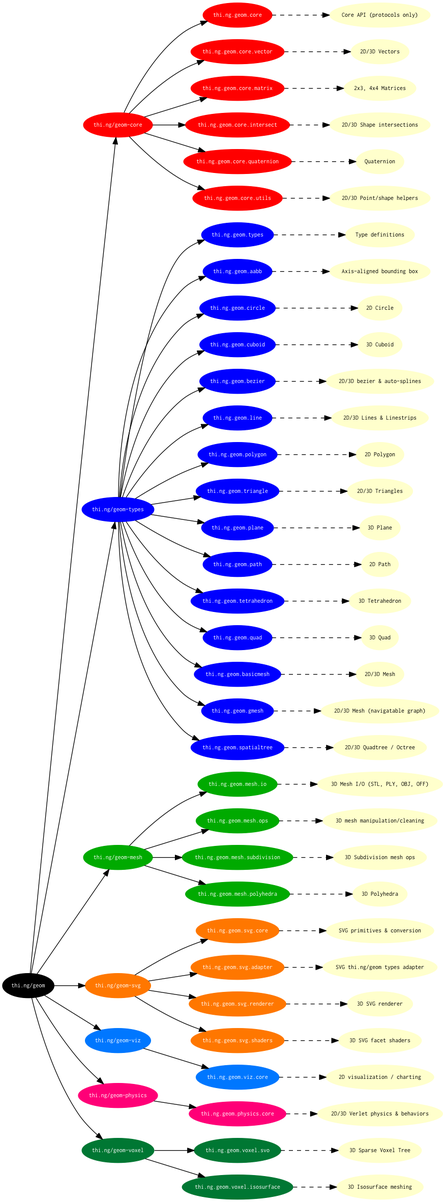
Before: assets/overview.png, a diagram exported from Graphviz (thi-ng/geom). Its source is kept beside it as assets/overview.dot.
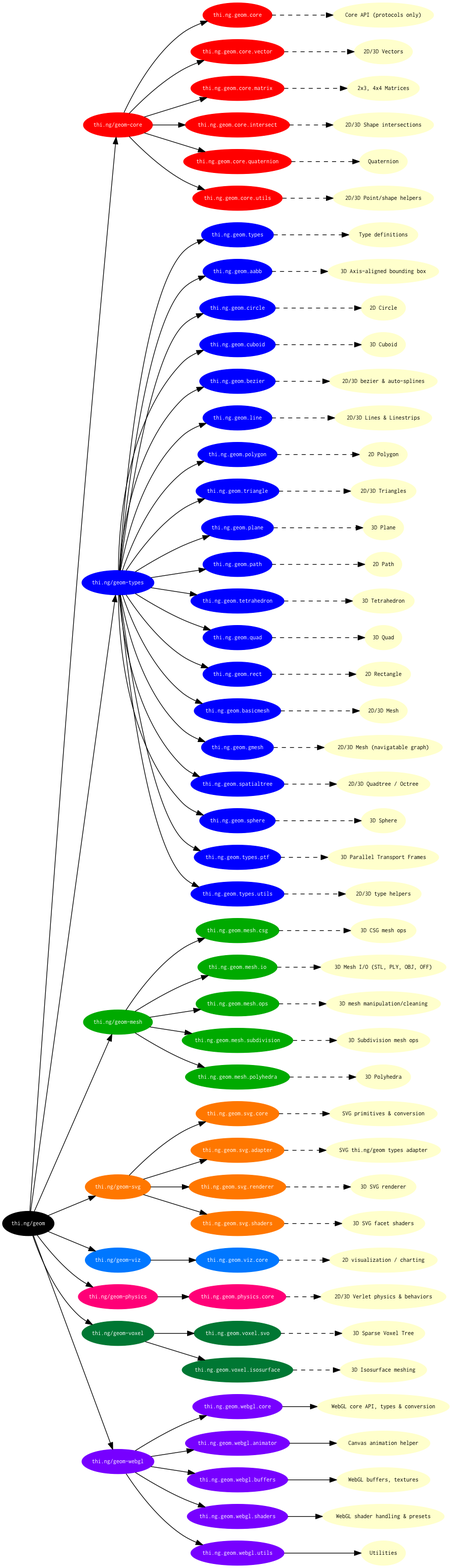
Above is the later version.

Commit message:
update project overview diagram

Change to the diagram source:
```diff
@@ -10,6 +10,9 @@
   geomviz[label="thi.ng/geom-viz",color="#0077ff"];
   geomphysics[label="thi.ng/geom-physics",color="#ff0077"];
   geomvoxel[label="thi.ng/geom-voxel",color="#007733"];
+  geomwebgl[label="thi.ng/geom-webgl",color="#7700ff"];
+
+  # core
 
   node[color="red",style="filled",fontname="Inconsolata",fontcolor="white",fontsize=9];
 
@@ -43,6 +46,8 @@
   geomcore -> coreutils;
   coreutils -> cutilslabel[style="dashed"];
 
+  # types
+
   node[color="#0000ff",fontcolor="white"];
 
   geom -> geomtypes;
@@ -58,14 +63,18 @@
   typespath[label="thi.ng.geom.path"];
   typestetra[label="thi.ng.geom.tetrahedron"];
   typesquad[label="thi.ng.geom.quad"];
+  typesrect[label="thi.ng.geom.rect"];
   typesbmesh[label="thi.ng.geom.basicmesh"];
   typesgmesh[label="thi.ng.geom.gmesh"];
   typesstree[label="thi.ng.geom.spatialtree"];
+  typessphere[label="thi.ng.geom.sphere"];
+  typesptf[label="thi.ng.geom.types.ptf"];
+  typesutils[label="thi.ng.geom.types.utils"];
 
   node[color="#ffffcc",fontcolor="black"];
 
   typeslab[label="Type definitions"];
-  aabblab[label="Axis-aligned bounding box"];
+  aabblab[label="3D Axis-aligned bounding box"];
   bezlab[label="2D/3D bezier & auto-splines"];
   circlab[label="2D Circle"];
   cublab[label="3D Cuboid"];
@@ -79,6 +88,10 @@
   tetralab[label="3D Tetrahedron"];
   trilab[label="2D/3D Triangles"];
   stlab[label="2D/3D Quadtree / Octree"];
+  tutilslab[label="2D/3D type helpers"];
+  rectlab[label="2D Rectangle"];
+  spherelab[label="3D Sphere"];
+  ptflab[label="3D Parallel Transport Frames"];
 
   geomtypes -> types;
   types -> typeslab[style="dashed"];
@@ -108,24 +121,38 @@
   typestetra -> tetralab[style="dashed"];
   geomtypes -> typestri;
   typestri -> trilab[style="dashed"];
+  geomtypes -> typesrect;
+  typesrect -> rectlab[style="dashed"];
+  geomtypes -> typessphere;
+  typessphere -> spherelab[style="dashed"];
   geomtypes -> typesstree;
   typesstree -> stlab[style="dashed"];
+  geomtypes -> typesptf;
+  typesptf -> ptflab[style="dashed"];
+  geomtypes -> typesutils;
+  typesutils -> tutilslab[style="dashed"];
+
+  # meshops
 
   node[color="#00aa00",fontcolor="white"];
 
   geom -> geommesh;
 
+  meshcsg[label="thi.ng.geom.mesh.csg"];
   meshio[label="thi.ng.geom.mesh.io"];
   meshops[label="thi.ng.geom.mesh.ops"];
   meshsd[label="thi.ng.geom.mesh.subdivision"];
   meshpoly[label="thi.ng.geom.mesh.polyhedra"];
 
   node[color="#ffffcc",fontcolor="black"];
+  csglab[label="3D CSG mesh ops"]
   miolab[label="3D Mesh I/O (STL, PLY, OBJ, OFF)"];
   mopslab[label="3D mesh manipulation/cleaning"];
   sdlab[label="3D Subdivision mesh ops"];
   mpolylab[label="3D Polyhedra"];
 
+  geommesh -> meshcsg;
+  meshcsg -> csglab[style="dashed"];
   geommesh -> meshio;
   meshio -> miolab[style="dashed"];
   geommesh -> meshops;
@@ -134,6 +161,8 @@
   meshsd -> sdlab[style="dashed"];
   geommesh -> meshpoly;
   meshpoly -> mpolylab[style="dashed"];
+
+  # svg
 
   node[color="#ff7700",fontcolor="white"];
 
@@ -159,6 +188,8 @@
   geomsvg -> svgshader;
   svgshader -> svgshaderlab[style="dashed"];
 
+  # viz
+
   node[color="#0077ff",fontcolor="white"];
 
   geom -> geomviz;
@@ -171,6 +202,8 @@
   geomviz -> vizcore;
   vizcore -> vizlab[style="dashed"];
 
+  # physics
+
   node[color="#ff0077",fontcolor="white"];
 
   geom -> geomphysics;
@@ -182,6 +215,8 @@
 
   geomphysics -> physcore;
   physcore -> physlab[style="dashed"];
+
+  # voxel
 
   node[color="#007733",fontcolor="white"];
 
@@ -199,4 +234,33 @@
   geomvoxel -> voxiso;
   voxiso -> isolab[style="dashed"];
 
+  # webgl
+
+  node[color="#7700ff",fontcolor="white"];
+
+  geom -> geomwebgl;
+
+  wglcore[label="thi.ng.geom.webgl.core"];
+  wglanim[label="thi.ng.geom.webgl.animator"];
+  wglbuf[label="thi.ng.geom.webgl.buffers"];
+  wglshader[label="thi.ng.geom.webgl.shaders"];
+  wglutils[label="thi.ng.geom.webgl.utils"];
+
+  node[color="#ffffcc",fontcolor="black"];
+  wcorelab[label="WebGL core API, types & conversion"];
+  wanimlab[label="Canvas animation helper"];
+  wbuflab[label="WebGL buffers, textures"];
+  wshadlab[label="WebGL shader handling & presets"];
+  wutillab[label="Utilities"];
+
+  geomwebgl -> wglcore;
+  wglcore -> wcorelab;
+  geomwebgl -> wglanim;
+  wglanim -> wanimlab;
+  geomwebgl -> wglbuf;
+  wglbuf -> wbuflab;
+  geomwebgl -> wglshader;
+  wglshader -> wshadlab;
+  geomwebgl -> wglutils;
+  wglutils -> wutillab;
 }
```
